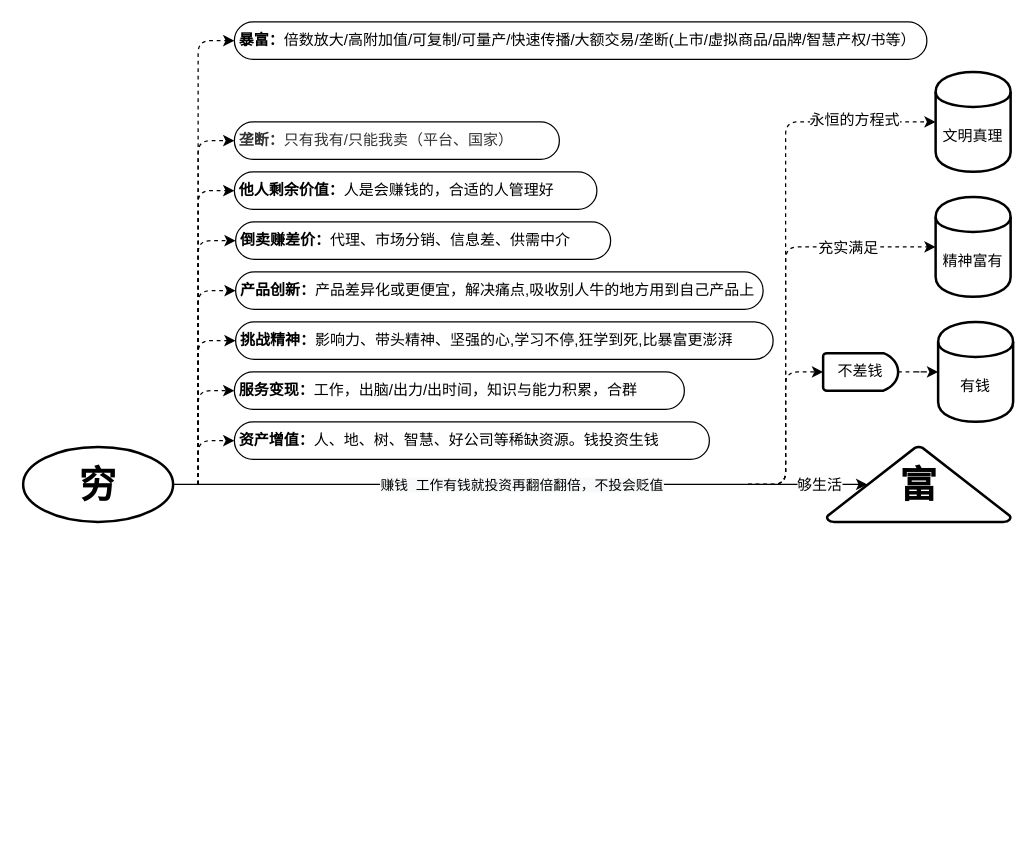
This is page "第 4 页" (4 of 4) of 未命名绘图.drawio from chenhaothink/Test, a draw.io file, before an edit. Source tidied: cells renumbered, new cells numbered last; positions are measured from the earlier drawing's top-left corner, leaving out a move shared by most shapes. Both pictures are drawn from the tidied source at 125%, with x=0, y=0 at pixel (22, 21).
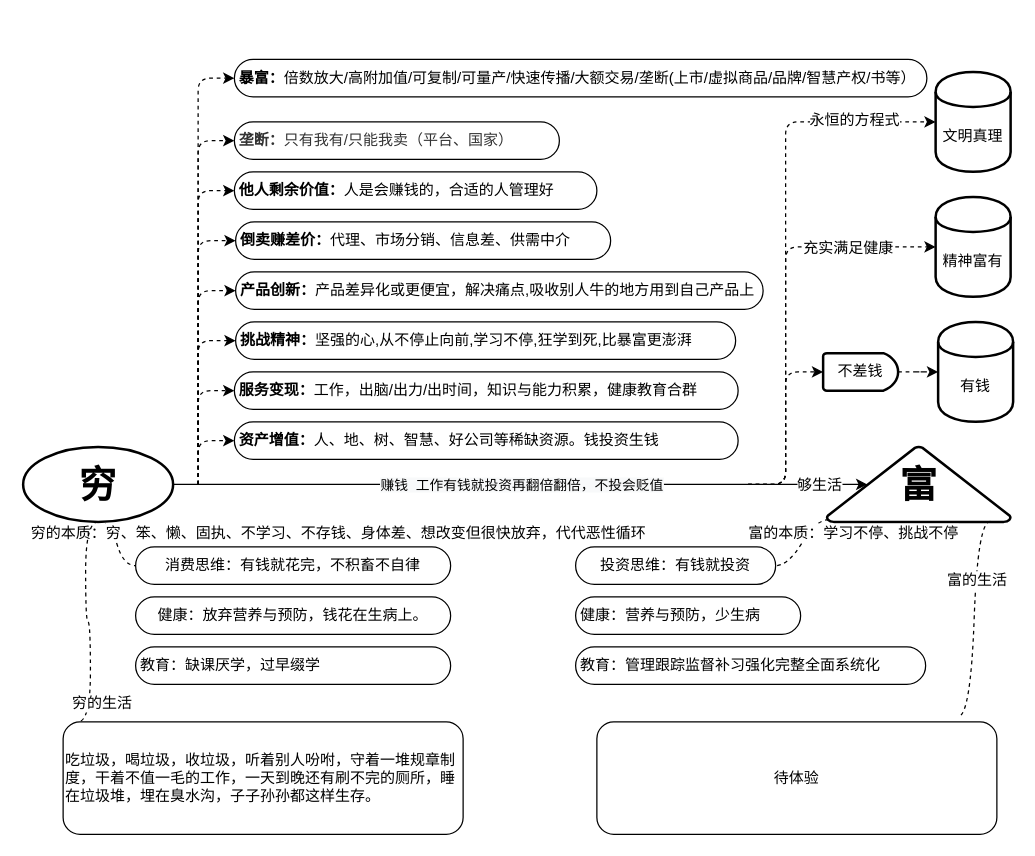
The same page after the edit.

Commit message:
更新未命名绘图.drawio

The change refers to these unchanged cells:
```xml
<mxCell id="2" value="穷" style="strokeWidth=2;html=1;shape=mxgraph.flowchart.start_1;whiteSpace=wrap;fontStyle=1;fontSize=30;" parent="1" vertex="1">
  <mxGeometry y="340" width="120" height="60" as="geometry" />
</mxCell>
<mxCell id="6" value="富" style="strokeWidth=2;html=1;shape=mxgraph.flowchart.extract_or_measurement;whiteSpace=wrap;fontStyle=1;fontSize=30;" parent="1" vertex="1">
  <mxGeometry x="643" y="340" width="147" height="60" as="geometry" />
</mxCell>
<mxCell id="12" style="edgeStyle=elbowEdgeStyle;elbow=horizontal;endArrow=classic;html=1;fontSize=30;dashed=1;entryX=0;entryY=0.5;entryDx=0;entryDy=0;" parent="1" edge="1" target="11">
  <mxGeometry relative="1" as="geometry">
    <mxPoint x="580" y="370" as="sourcePoint" />
    <Array as="points">
      <mxPoint x="610" y="280" />
      <mxPoint x="620" y="180" />
    </Array>
  </mxGeometry>
</mxCell>
```

The edit, as a diff of the source:
```diff
@@
-    <mxCell id="13" value="充实满足" style="edgeLabel;html=1;align=center;verticalAlign=middle;fontSize=12;" parent="12" vertex="1">
+    <mxCell id="13" value="充实满足健康" style="edgeLabel;html=1;align=center;verticalAlign=middle;fontSize=12;" parent="12" vertex="1">
       <mxGeometry x="0.58" relative="1" as="geometry" />
     </mxCell>
@@
     <mxCell id="16" value="&lt;b&gt;资产增值&lt;/b&gt;&lt;b&gt;：&lt;/b&gt;人、地、树、智慧、好公司等稀缺资源。钱投资生钱" style="whiteSpace=wrap;html=1;rounded=1;arcSize=50;align=left;verticalAlign=middle;strokeWidth=1;spacing=4;newEdgeStyle={&quot;edgeStyle&quot;:&quot;entityRelationEdgeStyle&quot;,&quot;startArrow&quot;:&quot;none&quot;,&quot;endArrow&quot;:&quot;none&quot;,&quot;segment&quot;:10,&quot;curved&quot;:1};fontSize=12;" parent="1" vertex="1">
-      <mxGeometry x="169" y="320" width="380" height="30" as="geometry" />
+      <mxGeometry x="169" y="320" width="403" height="30" as="geometry" />
     </mxCell>
@@
-    <mxCell id="19" value="&lt;b&gt;服务变现：&lt;/b&gt;工作，出脑/出力/出时间，知识与能力积累，合群" style="whiteSpace=wrap;html=1;rounded=1;arcSize=50;align=left;verticalAlign=middle;strokeWidth=1;spacing=4;newEdgeStyle={&quot;edgeStyle&quot;:&quot;entityRelationEdgeStyle&quot;,&quot;startArrow&quot;:&quot;none&quot;,&quot;endArrow&quot;:&quot;none&quot;,&quot;segment&quot;:10,&quot;curved&quot;:1};fontSize=12;" parent="1" vertex="1">
-      <mxGeometry x="169" y="280" width="360" height="30" as="geometry" />
+    <mxCell id="19" value="&lt;b&gt;服务变现：&lt;/b&gt;工作，出脑/出力/出时间，知识与能力积累，健康教育合群" style="whiteSpace=wrap;html=1;rounded=1;arcSize=50;align=left;verticalAlign=middle;strokeWidth=1;spacing=4;newEdgeStyle={&quot;edgeStyle&quot;:&quot;entityRelationEdgeStyle&quot;,&quot;startArrow&quot;:&quot;none&quot;,&quot;endArrow&quot;:&quot;none&quot;,&quot;segment&quot;:10,&quot;curved&quot;:1};fontSize=12;" parent="1" vertex="1">
+      <mxGeometry x="169" y="280" width="403" height="30" as="geometry" />
     </mxCell>
@@
-    <mxCell id="25" value="&lt;b&gt;挑战精神：&lt;/b&gt;影响力、带头精神、坚强的心,学习不停,狂学到死,比暴富更澎湃" style="whiteSpace=wrap;html=1;rounded=1;arcSize=50;align=left;verticalAlign=middle;strokeWidth=1;spacing=4;newEdgeStyle={&quot;edgeStyle&quot;:&quot;entityRelationEdgeStyle&quot;,&quot;startArrow&quot;:&quot;none&quot;,&quot;endArrow&quot;:&quot;none&quot;,&quot;segment&quot;:10,&quot;curved&quot;:1};fontSize=12;" parent="1" vertex="1">
-      <mxGeometry x="170" y="240" width="430" height="30" as="geometry" />
+    <mxCell id="25" value="&lt;b&gt;挑战精神：&lt;/b&gt;坚强的心,从不停止向前,学习不停,狂学到死,比暴富更澎湃" style="whiteSpace=wrap;html=1;rounded=1;arcSize=50;align=left;verticalAlign=middle;strokeWidth=1;spacing=4;newEdgeStyle={&quot;edgeStyle&quot;:&quot;entityRelationEdgeStyle&quot;,&quot;startArrow&quot;:&quot;none&quot;,&quot;endArrow&quot;:&quot;none&quot;,&quot;segment&quot;:10,&quot;curved&quot;:1};fontSize=12;" parent="1" vertex="1">
+      <mxGeometry x="170" y="240" width="400" height="30" as="geometry" />
     </mxCell>
@@
     <mxCell id="29" value="&lt;b&gt;暴富：&lt;/b&gt;倍数放大/高附加值/可复制/可量产/快速传播/大额交易/垄断(上市/虚拟商品/品牌/智慧产权/书等）" style="whiteSpace=wrap;html=1;rounded=1;arcSize=50;align=left;verticalAlign=middle;strokeWidth=1;spacing=4;newEdgeStyle={&quot;edgeStyle&quot;:&quot;entityRelationEdgeStyle&quot;,&quot;startArrow&quot;:&quot;none&quot;,&quot;endArrow&quot;:&quot;none&quot;,&quot;segment&quot;:10,&quot;curved&quot;:1};fontSize=12;" parent="1" vertex="1">
-      <mxGeometry x="169" width="554" height="30" as="geometry" />
+      <mxGeometry x="169" y="30" width="554" height="30" as="geometry" />
     </mxCell>
@@
+    <mxCell id="33" value="消费思维：有钱就花完，不积畜不自律" style="whiteSpace=wrap;html=1;rounded=1;arcSize=50;align=center;verticalAlign=middle;strokeWidth=1;spacing=4;newEdgeStyle={&quot;edgeStyle&quot;:&quot;entityRelationEdgeStyle&quot;,&quot;startArrow&quot;:&quot;none&quot;,&quot;endArrow&quot;:&quot;none&quot;,&quot;segment&quot;:10,&quot;curved&quot;:1};fontSize=12;" parent="1" vertex="1">
+      <mxGeometry x="90" y="420" width="252" height="30" as="geometry" />
+    </mxCell>
+    <mxCell id="34" style="edgeStyle=entityRelationEdgeStyle;startArrow=none;endArrow=none;segment=10;curved=1;dashed=1;fontSize=12;exitX=0.5;exitY=1;exitDx=0;exitDy=0;exitPerimeter=0;" parent="1" edge="1" source="2" target="33">
+      <mxGeometry relative="1" as="geometry" />
+    </mxCell>
+    <mxCell id="35" value="穷的本质：穷、笨、懒、固执、不学习、不存钱、身体差、想改变但很快放弃，代代恶性循环" style="edgeLabel;html=1;align=center;verticalAlign=middle;fontSize=12;" parent="34" vertex="1">
+      <mxGeometry x="-0.33" relative="1" as="geometry">
+        <mxPoint x="179.5" as="offset" />
+      </mxGeometry>
+    </mxCell>
+    <mxCell id="36" value="投资思维：有钱就投资" style="whiteSpace=wrap;html=1;rounded=1;arcSize=50;align=center;verticalAlign=middle;strokeWidth=1;spacing=4;newEdgeStyle={&quot;edgeStyle&quot;:&quot;entityRelationEdgeStyle&quot;,&quot;startArrow&quot;:&quot;none&quot;,&quot;endArrow&quot;:&quot;none&quot;,&quot;segment&quot;:10,&quot;curved&quot;:1};fontSize=12;" parent="1" vertex="1">
+      <mxGeometry x="442" y="420" width="160" height="30" as="geometry" />
+    </mxCell>
+    <mxCell id="37" style="edgeStyle=entityRelationEdgeStyle;startArrow=none;endArrow=none;segment=10;curved=1;dashed=1;fontSize=12;exitX=0.01;exitY=0.97;exitDx=0;exitDy=0;exitPerimeter=0;" parent="1" edge="1" source="6" target="36">
+      <mxGeometry relative="1" as="geometry" />
+    </mxCell>
+    <mxCell id="38" value="富的本质：学习不停、挑战不停" style="edgeLabel;html=1;align=center;verticalAlign=middle;fontSize=12;" parent="37" vertex="1">
+      <mxGeometry x="-0.35" relative="1" as="geometry">
+        <mxPoint x="34.4" y="1" as="offset" />
+      </mxGeometry>
+    </mxCell>
+    <mxCell id="39" value="健康：放弃营养与预防，钱花在生病上。" style="whiteSpace=wrap;html=1;rounded=1;arcSize=50;align=center;verticalAlign=middle;strokeWidth=1;spacing=4;newEdgeStyle={&quot;edgeStyle&quot;:&quot;entityRelationEdgeStyle&quot;,&quot;startArrow&quot;:&quot;none&quot;,&quot;endArrow&quot;:&quot;none&quot;,&quot;segment&quot;:10,&quot;curved&quot;:1};fontSize=12;" parent="1" vertex="1">
+      <mxGeometry x="90" y="460" width="252" height="30" as="geometry" />
+    </mxCell>
+    <mxCell id="40" value="教育：缺课厌学，过早缀学" style="whiteSpace=wrap;html=1;rounded=1;arcSize=50;align=left;verticalAlign=middle;strokeWidth=1;spacing=4;newEdgeStyle={&quot;edgeStyle&quot;:&quot;entityRelationEdgeStyle&quot;,&quot;startArrow&quot;:&quot;none&quot;,&quot;endArrow&quot;:&quot;none&quot;,&quot;segment&quot;:10,&quot;curved&quot;:1};fontSize=12;" parent="1" vertex="1">
+      <mxGeometry x="90" y="500" width="252" height="30" as="geometry" />
+    </mxCell>
+    <mxCell id="41" value="健康：营养与预防，少生病" style="whiteSpace=wrap;html=1;rounded=1;arcSize=50;align=left;verticalAlign=middle;strokeWidth=1;spacing=4;newEdgeStyle={&quot;edgeStyle&quot;:&quot;entityRelationEdgeStyle&quot;,&quot;startArrow&quot;:&quot;none&quot;,&quot;endArrow&quot;:&quot;none&quot;,&quot;segment&quot;:10,&quot;curved&quot;:1};fontSize=12;" parent="1" vertex="1">
+      <mxGeometry x="442" y="460" width="180" height="30" as="geometry" />
+    </mxCell>
+    <mxCell id="42" value="教育：管理跟踪监督补习强化完整全面系统化" style="whiteSpace=wrap;html=1;rounded=1;arcSize=50;align=left;verticalAlign=middle;strokeWidth=1;spacing=4;newEdgeStyle={&quot;edgeStyle&quot;:&quot;entityRelationEdgeStyle&quot;,&quot;startArrow&quot;:&quot;none&quot;,&quot;endArrow&quot;:&quot;none&quot;,&quot;segment&quot;:10,&quot;curved&quot;:1};fontSize=12;" parent="1" vertex="1">
+      <mxGeometry x="442" y="500" width="280" height="30" as="geometry" />
+    </mxCell>
+    <mxCell id="43" value="吃垃圾，喝垃圾，收垃圾，听着别人吩咐，守着一堆规章制度，干着不值一毛的工作，一天到晚还有刷不完的厕所，睡在垃圾堆，埋在臭水沟，子子孙孙都这样生存。" style="rounded=1;whiteSpace=wrap;html=1;fontSize=12;align=left;" parent="1" vertex="1">
+      <mxGeometry x="32" y="560" width="320" height="90" as="geometry" />
+    </mxCell>
+    <mxCell id="44" style="edgeStyle=entityRelationEdgeStyle;startArrow=none;endArrow=none;segment=10;curved=1;dashed=1;fontSize=12;exitX=0.5;exitY=1;exitDx=0;exitDy=0;exitPerimeter=0;entryX=0.037;entryY=0;entryDx=0;entryDy=0;entryPerimeter=0;" parent="1" edge="1" source="2" target="43">
+      <mxGeometry relative="1" as="geometry" />
+    </mxCell>
+    <mxCell id="45" value="穷的生活" style="edgeLabel;html=1;align=center;verticalAlign=middle;fontSize=12;" parent="44" vertex="1">
+      <mxGeometry x="-0.33" relative="1" as="geometry">
+        <mxPoint x="12.5" y="92.6" as="offset" />
+      </mxGeometry>
+    </mxCell>
+    <mxCell id="46" value="待体验" style="rounded=1;whiteSpace=wrap;html=1;fontSize=12;align=center;" parent="1" vertex="1">
+      <mxGeometry x="459" y="560" width="320" height="90" as="geometry" />
+    </mxCell>
+    <mxCell id="47" style="edgeStyle=entityRelationEdgeStyle;startArrow=none;endArrow=none;segment=10;curved=1;dashed=1;fontSize=12;exitX=0.889;exitY=0.994;exitDx=0;exitDy=0;exitPerimeter=0;entryX=0.903;entryY=-0.047;entryDx=0;entryDy=0;entryPerimeter=0;" parent="1" edge="1" source="6" target="46">
+      <mxGeometry relative="1" as="geometry" />
+    </mxCell>
+    <mxCell id="48" value="富的生活" style="edgeLabel;html=1;align=center;verticalAlign=middle;fontSize=12;" parent="47" vertex="1">
+      <mxGeometry x="-0.35" relative="1" as="geometry">
+        <mxPoint x="0.1" y="-0.4" as="offset" />
+      </mxGeometry>
+    </mxCell>
```
